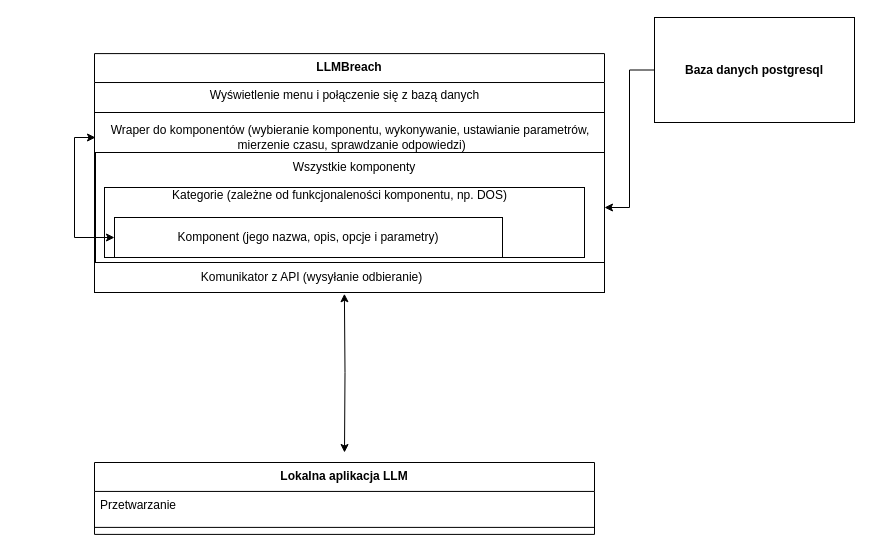
Above: model.drawio in brzewVCE/LMBreach (draw.io), before the change. Source tidied: cells renumbered, new cells numbered last; positions are measured from the earlier drawing's top-left corner, leaving out a move shared by most shapes. Both pictures are drawn from the tidied source at 100%, with x=0, y=0 at pixel (74, 17).
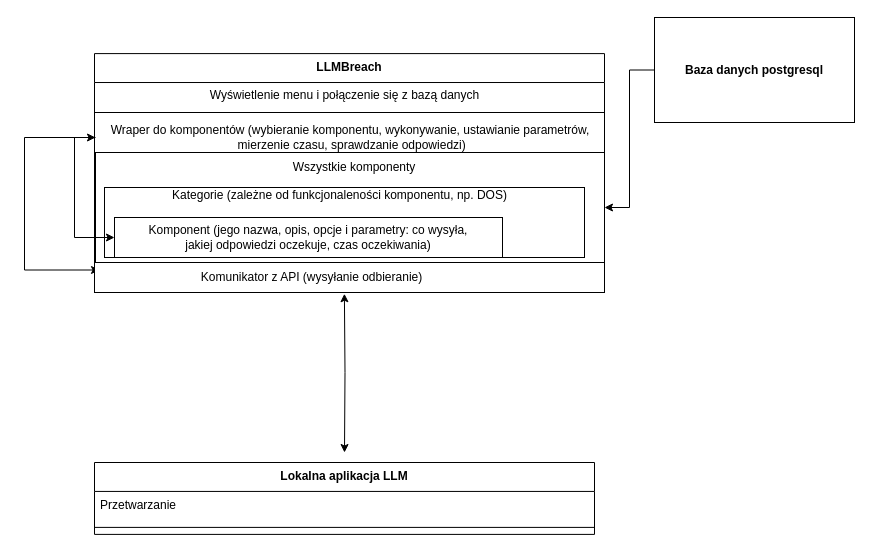
The same page after the edit.

Unchanged cells that the change refers to:
```xml
<mxCell id="17" value="Wraper do komponentów (wybieranie komponentu, wykonywanie, ustawianie parametrów,&lt;br&gt;&amp;nbsp;mierzenie czasu, sprawdzanie odpowiedzi)" style="text;html=1;align=center;verticalAlign=middle;whiteSpace=wrap;rounded=0;" parent="1" vertex="1">
  <mxGeometry x="21" y="105" width="510" height="30" as="geometry" />
</mxCell>
<mxCell id="20" value="Komunikator z API (wysyłanie odbieranie)" style="text;html=1;align=center;verticalAlign=middle;whiteSpace=wrap;rounded=0;" parent="1" vertex="1">
  <mxGeometry x="25" y="245" width="425" height="30" as="geometry" />
</mxCell>
```

Diff of the diagram source:
```diff
@@
-    <mxCell id="12" value="Komponent (jego nazwa, opis, opcje i parametry)" style="rounded=0;whiteSpace=wrap;html=1;" parent="1" vertex="1">
+    <mxCell id="12" value="&lt;div&gt;Komponent (jego nazwa, opis, opcje i parametry: co wysyła,&lt;/div&gt;&lt;div&gt;jakiej odpowiedzi oczekuje, czas oczekiwania)&lt;/div&gt;" style="rounded=0;whiteSpace=wrap;html=1;" parent="1" vertex="1">
       <mxGeometry x="40" y="200" width="388" height="40" as="geometry" />
     </mxCell>
@@
+    <mxCell id="21" style="edgeStyle=orthogonalEdgeStyle;rounded=0;jettySize=auto;html=1;entryX=0;entryY=0.25;entryDx=0;entryDy=0;" parent="1" edge="1" source="17" target="20">
+      <mxGeometry relative="1" as="geometry">
+        <Array as="points">
+          <mxPoint x="-50" y="120" />
+          <mxPoint x="-50" y="253" />
+        </Array>
+      </mxGeometry>
+    </mxCell>
```
